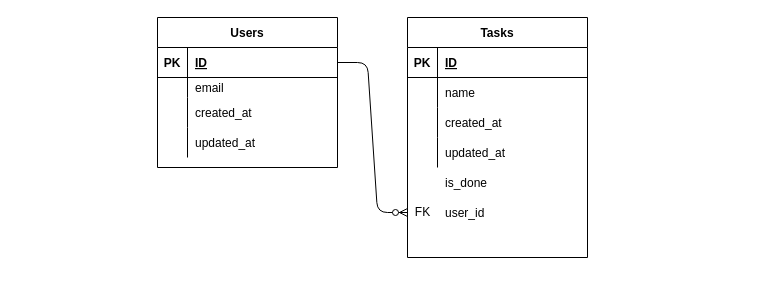
Earlier version of the draw.io diagram er.dio (Yukimarupie/pomo). Source tidied: cells renumbered, new cells numbered last; positions are measured from the earlier drawing's top-left corner, leaving out a move shared by most shapes. Both pictures are drawn from the tidied source at 100%, with x=0, y=0 at pixel (157, 17).
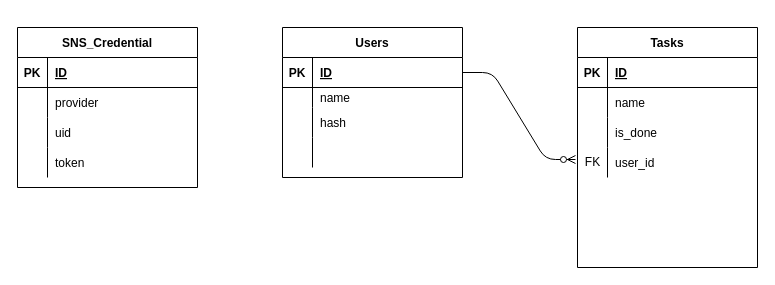
Above is the later version.

Commit message (it also covers changes not shown here):
issue: name is nill

Unchanged cells that the change refers to:
```xml
<mxCell id="3" style="shape=partialRectangle;fillColor=none;top=0;left=0;bottom=1;right=0;points=[[0,0.5],[1,0.5]];portConstraint=eastwest;" parent="2" vertex="1">
  <mxGeometry y="30" width="180" height="30" as="geometry" />
</mxCell>
<mxCell id="6" style="shape=partialRectangle;fillColor=none;top=0;left=0;bottom=0;right=0;" parent="2" vertex="1">
  <mxGeometry y="60" width="180" height="20" as="geometry" />
</mxCell>
<mxCell id="9" style="shape=partialRectangle;fillColor=none;top=0;left=0;bottom=0;right=0;" parent="2" vertex="1">
  <mxGeometry y="80" width="180" height="30" as="geometry" />
</mxCell>
<mxCell id="12" style="shape=partialRectangle;fillColor=none;top=0;left=0;bottom=0;right=0;" parent="2" vertex="1">
  <mxGeometry y="110" width="180" height="30" as="geometry" />
</mxCell>
<mxCell id="23" style="shape=partialRectangle;fillColor=none;top=0;left=0;bottom=0;right=0;" parent="16" vertex="1">
  <mxGeometry y="90" width="180" height="30" as="geometry" />
</mxCell>
<mxCell id="26" style="shape=partialRectangle;fillColor=none;top=0;left=0;bottom=0;right=0;" parent="16" vertex="1">
  <mxGeometry y="120" width="180" height="30" as="geometry" />
</mxCell>
```

Change to the diagram source:
```diff
@@
     <mxCell id="2" value="Users" style="shape=table;startSize=30;childLayout=tableLayout;rowLines=0;fontStyle=1;align=center;" parent="1" vertex="1">
-      <mxGeometry width="180" height="150" as="geometry" />
+      <mxGeometry x="125" y="10" width="180" height="150" as="geometry" />
     </mxCell>
@@
-    <mxCell id="8" value="email" style="shape=partialRectangle;fillColor=none;top=0;left=0;bottom=0;right=0;align=left;spacingLeft=6;overflow=hidden;" parent="6" vertex="1">
+    <mxCell id="8" value="name" style="shape=partialRectangle;fillColor=none;top=0;left=0;bottom=0;right=0;align=left;spacingLeft=6;overflow=hidden;" parent="6" vertex="1">
       <mxGeometry x="30" width="150" height="20" as="geometry" />
     </mxCell>
@@
-    <mxCell id="11" value="created_at" style="shape=partialRectangle;fillColor=none;top=0;left=0;bottom=0;right=0;align=left;spacingLeft=6;overflow=hidden;" parent="9" vertex="1">
+    <mxCell id="11" value="hash" style="shape=partialRectangle;fillColor=none;top=0;left=0;bottom=0;right=0;align=left;spacingLeft=6;overflow=hidden;" parent="9" vertex="1">
       <mxGeometry x="30" width="150" height="30" as="geometry" />
     </mxCell>
@@
-    <mxCell id="14" value="updated_at" style="shape=partialRectangle;fillColor=none;top=0;left=0;bottom=0;right=0;align=left;spacingLeft=6;overflow=hidden;" parent="12" vertex="1">
+    <mxCell id="14" style="shape=partialRectangle;fillColor=none;top=0;left=0;bottom=0;right=0;align=left;spacingLeft=6;overflow=hidden;" parent="12" vertex="1">
       <mxGeometry x="30" width="150" height="30" as="geometry" />
     </mxCell>
     <mxCell id="15" style="group;" parent="1" vertex="1">
-      <mxGeometry x="250" width="180" height="240" as="geometry" />
+      <mxGeometry x="420" y="10" width="180" height="240" as="geometry" />
     </mxCell>
+    <mxCell id="33" style="group;" parent="15" vertex="1">
+      <mxGeometry width="180" height="240" as="geometry" />
+    </mxCell>
-    <mxCell id="16" value="Tasks" style="shape=table;startSize=30;childLayout=tableLayout;rowLines=0;fontStyle=1;align=center;" parent="15" vertex="1">
+    <mxCell id="16" value="Tasks" style="shape=table;startSize=30;childLayout=tableLayout;rowLines=0;fontStyle=1;align=center;" parent="33" vertex="1">
       <mxGeometry width="180" height="240" as="geometry" />
     </mxCell>
@@
-    <mxCell id="25" value="created_at" style="shape=partialRectangle;fillColor=none;top=0;left=0;bottom=0;right=0;align=left;spacingLeft=6;overflow=hidden;" parent="23" vertex="1">
+    <mxCell id="25" style="shape=partialRectangle;fillColor=none;top=0;left=0;bottom=0;right=0;align=left;spacingLeft=6;overflow=hidden;" parent="23" vertex="1">
       <mxGeometry x="30" width="150" height="30" as="geometry" />
     </mxCell>
@@
-    <mxCell id="28" value="updated_at" style="shape=partialRectangle;fillColor=none;top=0;left=0;bottom=0;right=0;align=left;spacingLeft=6;overflow=hidden;" parent="26" vertex="1">
+    <mxCell id="28" style="shape=partialRectangle;fillColor=none;top=0;left=0;bottom=0;right=0;align=left;spacingLeft=6;overflow=hidden;" parent="26" vertex="1">
       <mxGeometry x="30" width="150" height="30" as="geometry" />
     </mxCell>
-    <mxCell id="29" value="is_done" style="shape=partialRectangle;fillColor=none;top=0;left=0;bottom=0;right=0;align=left;spacingLeft=6;overflow=hidden;" parent="15" vertex="1">
-      <mxGeometry x="30" y="150" width="150" height="30" as="geometry" />
+    <mxCell id="29" value="is_done" style="shape=partialRectangle;fillColor=none;top=0;left=0;bottom=0;right=0;align=left;spacingLeft=6;overflow=hidden;" parent="33" vertex="1">
+      <mxGeometry x="30" y="90" width="150" height="30" as="geometry" />
     </mxCell>
-    <mxCell id="30" value="user_id" style="shape=partialRectangle;fillColor=none;top=0;left=0;bottom=0;right=0;align=left;spacingLeft=6;overflow=hidden;" parent="15" vertex="1">
-      <mxGeometry x="30" y="180" width="150" height="30" as="geometry" />
+    <mxCell id="30" value="user_id" style="shape=partialRectangle;fillColor=none;top=0;left=0;bottom=0;right=0;align=left;spacingLeft=6;overflow=hidden;" parent="33" vertex="1">
+      <mxGeometry x="30" y="120" width="150" height="30" as="geometry" />
     </mxCell>
-    <mxCell id="31" value="FK" style="text;html=1;align=center;verticalAlign=middle;points=[];" parent="15" vertex="1">
-      <mxGeometry y="185" width="30" height="20" as="geometry" />
+    <mxCell id="31" value="FK" style="text;html=1;align=center;verticalAlign=middle;points=[];" parent="33" vertex="1">
+      <mxGeometry y="125" width="30" height="20" as="geometry" />
     </mxCell>
-    <mxCell id="32" style="edgeStyle=entityRelationEdgeStyle;fontSize=12;html=1;endArrow=ERzeroToMany;endFill=1;exitX=1;exitY=0.5;exitDx=0;exitDy=0;" parent="1" edge="1" source="3">
-      <mxGeometry relative="1" as="geometry">
-        <mxPoint x="250" y="195" as="targetPoint" />
-      </mxGeometry>
+    <mxCell id="32" style="edgeStyle=entityRelationEdgeStyle;fontSize=12;html=1;endArrow=ERzeroToMany;endFill=1;exitX=1;exitY=0.5;exitDx=0;exitDy=0;entryX=-0.067;entryY=0.35;entryDx=0;entryDy=0;entryPerimeter=0;" parent="1" edge="1" source="3" target="31">
+      <mxGeometry relative="1" as="geometry" />
     </mxCell>
+    <mxCell id="34" value="SNS_Credential" style="shape=table;startSize=30;childLayout=tableLayout;rowLines=0;fontStyle=1;align=center;" parent="1" vertex="1">
+      <mxGeometry x="-140" y="10" width="180" height="160" as="geometry" />
+    </mxCell>
+    <mxCell id="35" style="shape=partialRectangle;fillColor=none;top=0;left=0;bottom=1;right=0;" parent="34" vertex="1">
+      <mxGeometry y="30" width="180" height="30" as="geometry" />
+    </mxCell>
+    <mxCell id="36" value="PK" style="shape=partialRectangle;fillColor=none;top=0;left=0;bottom=0;right=0;fontStyle=1;overflow=hidden;" parent="35" vertex="1">
+      <mxGeometry width="30" height="30" as="geometry" />
+    </mxCell>
+    <mxCell id="37" value="ID" style="shape=partialRectangle;fillColor=none;top=0;left=0;bottom=0;right=0;align=left;spacingLeft=6;fontStyle=5;overflow=hidden;" parent="35" vertex="1">
+      <mxGeometry x="30" width="150" height="30" as="geometry" />
+    </mxCell>
+    <mxCell id="38" style="shape=partialRectangle;fillColor=none;top=0;left=0;bottom=0;right=0;" parent="34" vertex="1">
+      <mxGeometry y="60" width="180" height="30" as="geometry" />
+    </mxCell>
+    <mxCell id="39" style="shape=partialRectangle;fillColor=none;top=0;left=0;bottom=0;right=0;overflow=hidden;" parent="38" vertex="1">
+      <mxGeometry width="30" height="30" as="geometry" />
+    </mxCell>
+    <mxCell id="40" value="provider" style="shape=partialRectangle;fillColor=none;top=0;left=0;bottom=0;right=0;align=left;spacingLeft=6;overflow=hidden;" parent="38" vertex="1">
+      <mxGeometry x="30" width="150" height="30" as="geometry" />
+    </mxCell>
+    <mxCell id="41" style="shape=partialRectangle;fillColor=none;top=0;left=0;bottom=0;right=0;" parent="34" vertex="1">
+      <mxGeometry y="90" width="180" height="30" as="geometry" />
+    </mxCell>
+    <mxCell id="42" style="shape=partialRectangle;fillColor=none;top=0;left=0;bottom=0;right=0;overflow=hidden;" parent="41" vertex="1">
+      <mxGeometry width="30" height="30" as="geometry" />
+    </mxCell>
+    <mxCell id="43" value="uid" style="shape=partialRectangle;fillColor=none;top=0;left=0;bottom=0;right=0;align=left;spacingLeft=6;overflow=hidden;" parent="41" vertex="1">
+      <mxGeometry x="30" width="150" height="30" as="geometry" />
+    </mxCell>
+    <mxCell id="44" style="shape=partialRectangle;fillColor=none;top=0;left=0;bottom=0;right=0;" parent="34" vertex="1">
+      <mxGeometry y="120" width="180" height="30" as="geometry" />
+    </mxCell>
+    <mxCell id="45" style="shape=partialRectangle;fillColor=none;top=0;left=0;bottom=0;right=0;overflow=hidden;" parent="44" vertex="1">
+      <mxGeometry width="30" height="30" as="geometry" />
+    </mxCell>
+    <mxCell id="46" value="token" style="shape=partialRectangle;fillColor=none;top=0;left=0;bottom=0;right=0;align=left;spacingLeft=6;overflow=hidden;" parent="44" vertex="1">
+      <mxGeometry x="30" width="150" height="30" as="geometry" />
+    </mxCell>
```
